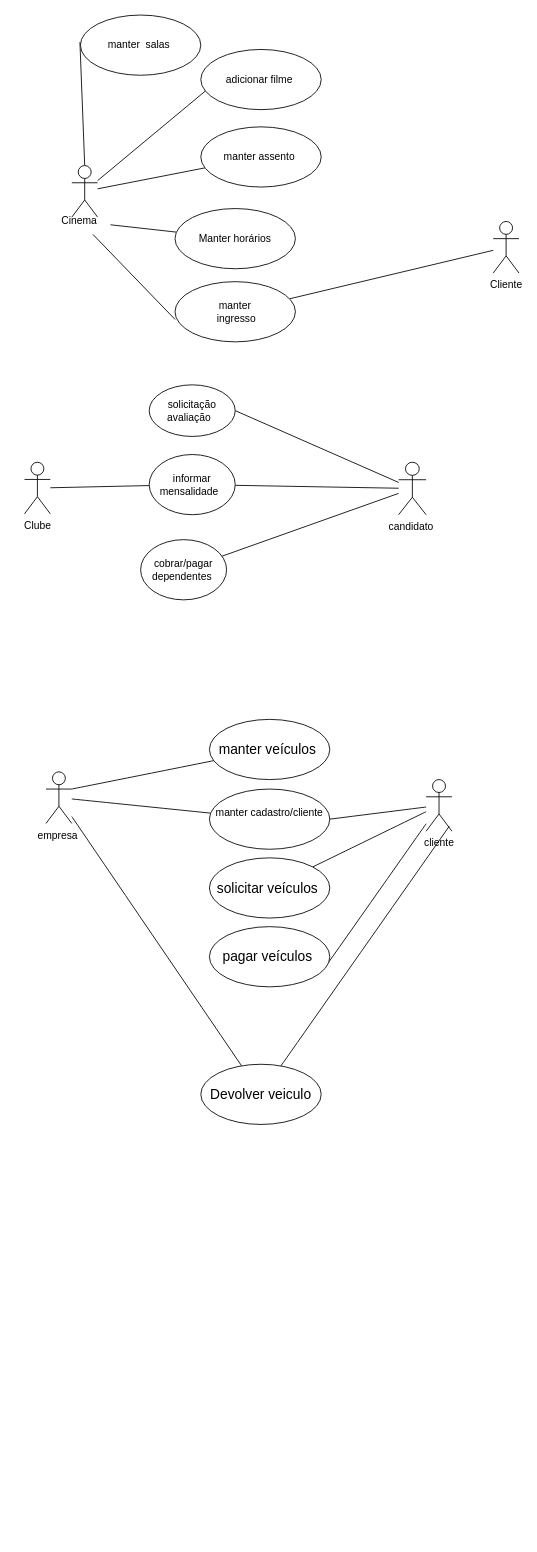
The draw.io diagram Diagrama sem nome.drawio in LuizCezar12/exerciciosCasoDeUso, before the edit. Source tidied: cells renumbered, new cells numbered last; positions are measured from the earlier drawing's top-left corner, leaving out a move shared by most shapes. Both pictures are drawn from the tidied source at 86%, with x=0, y=0 at pixel (24, 15).
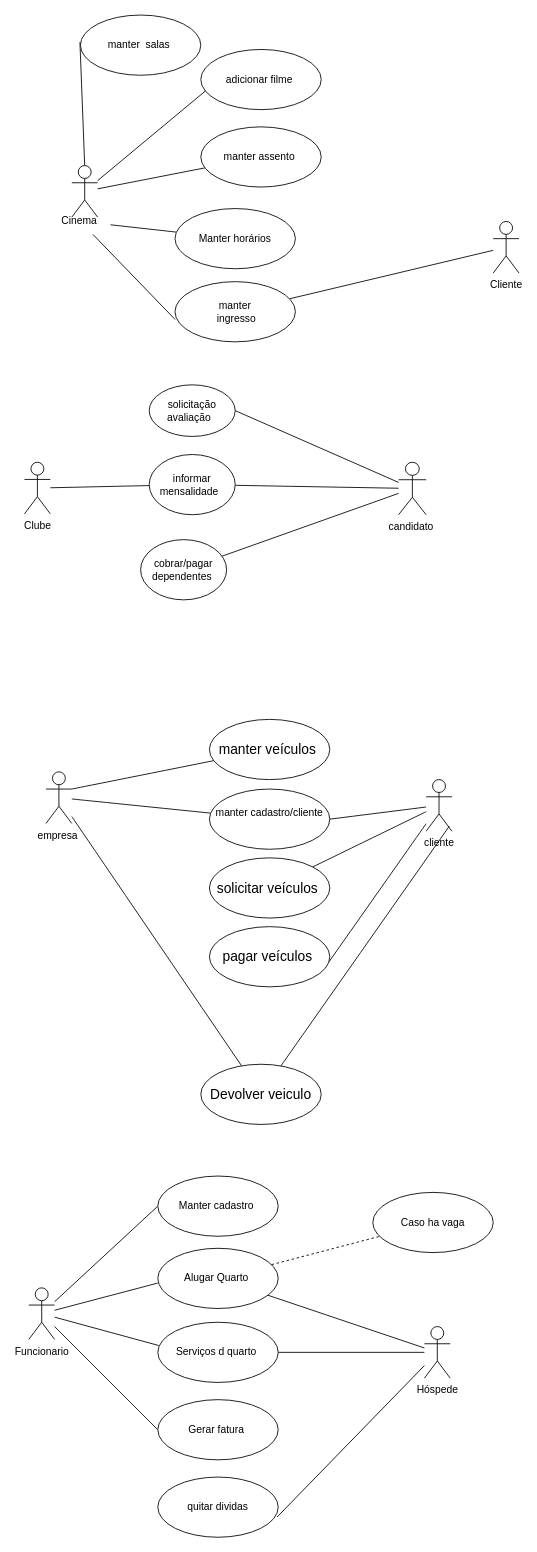
Above is the later version.

What changed in the source:
```diff
@@
+    <mxCell id="39" style="rounded=0;jettySize=auto;html=1;entryX=0;entryY=0.5;entryDx=0;entryDy=0;endArrow=none;endFill=0;" parent="1" edge="1" source="43" target="46">
+      <mxGeometry relative="1" as="geometry" />
+    </mxCell>
+    <mxCell id="40" style="rounded=0;jettySize=auto;html=1;entryX=0.007;entryY=0.386;entryDx=0;entryDy=0;entryPerimeter=0;endArrow=none;endFill=0;" parent="1" edge="1" source="43" target="47">
+      <mxGeometry relative="1" as="geometry" />
+    </mxCell>
+    <mxCell id="41" style="rounded=0;jettySize=auto;html=1;entryX=0;entryY=0.5;entryDx=0;entryDy=0;endArrow=none;endFill=0;" parent="1" edge="1" source="43" target="48">
+      <mxGeometry relative="1" as="geometry" />
+    </mxCell>
+    <mxCell id="42" style="rounded=0;jettySize=auto;html=1;entryX=-0.001;entryY=0.578;entryDx=0;entryDy=0;entryPerimeter=0;endArrow=none;endFill=0;" parent="1" edge="1" source="43" target="44">
+      <mxGeometry relative="1" as="geometry" />
+    </mxCell>
+    <mxCell id="43" value="Funcionario&lt;br&gt;&lt;br&gt;" style="shape=umlActor;html=1;verticalLabelPosition=bottom;verticalAlign=top;align=center;" parent="1" vertex="1">
+      <mxGeometry x="5" y="1480" width="30" height="60" as="geometry" />
+    </mxCell>
+    <mxCell id="44" value="Alugar Quarto&amp;nbsp;" style="ellipse;whiteSpace=wrap;html=1;" parent="1" vertex="1">
+      <mxGeometry x="155" y="1434" width="140" height="70" as="geometry" />
+    </mxCell>
+    <mxCell id="45" value="Caso ha vaga" style="ellipse;whiteSpace=wrap;html=1;" parent="1" vertex="1">
+      <mxGeometry x="405" y="1369" width="140" height="70" as="geometry" />
+    </mxCell>
+    <mxCell id="46" value="Manter cadastro&amp;nbsp;" style="ellipse;whiteSpace=wrap;html=1;" parent="1" vertex="1">
+      <mxGeometry x="155" y="1350" width="140" height="70" as="geometry" />
+    </mxCell>
+    <mxCell id="47" value="Serviços d quarto&amp;nbsp;" style="ellipse;whiteSpace=wrap;html=1;" parent="1" vertex="1">
+      <mxGeometry x="155" y="1520" width="140" height="70" as="geometry" />
+    </mxCell>
+    <mxCell id="48" value="Gerar fatura&amp;nbsp;" style="ellipse;whiteSpace=wrap;html=1;" parent="1" vertex="1">
+      <mxGeometry x="155" y="1610" width="140" height="70" as="geometry" />
+    </mxCell>
+    <mxCell id="49" value="quitar dividas" style="ellipse;whiteSpace=wrap;html=1;" parent="1" vertex="1">
+      <mxGeometry x="155" y="1700" width="140" height="70" as="geometry" />
+    </mxCell>
+    <mxCell id="50" style="endArrow=none;dashed=1;html=1;rounded=0;" parent="1" edge="1" source="44" target="45">
+      <mxGeometry relative="1" as="geometry" />
+    </mxCell>
+    <mxCell id="51" style="rounded=0;jettySize=auto;html=1;entryX=0.991;entryY=0.663;entryDx=0;entryDy=0;entryPerimeter=0;endArrow=none;endFill=0;" parent="1" edge="1" source="54" target="49">
+      <mxGeometry relative="1" as="geometry" />
+    </mxCell>
+    <mxCell id="52" style="rounded=0;jettySize=auto;html=1;endArrow=none;endFill=0;" parent="1" edge="1" source="54" target="44">
+      <mxGeometry relative="1" as="geometry" />
+    </mxCell>
+    <mxCell id="53" style="edgeStyle=orthogonalEdgeStyle;rounded=0;jettySize=auto;html=1;endArrow=none;endFill=0;" parent="1" edge="1" source="54" target="47">
+      <mxGeometry relative="1" as="geometry" />
+    </mxCell>
+    <mxCell id="54" value="Hóspede" style="shape=umlActor;html=1;verticalLabelPosition=bottom;verticalAlign=top;align=center;" parent="1" vertex="1">
+      <mxGeometry x="465" y="1525" width="30" height="60" as="geometry" />
+    </mxCell>
```
